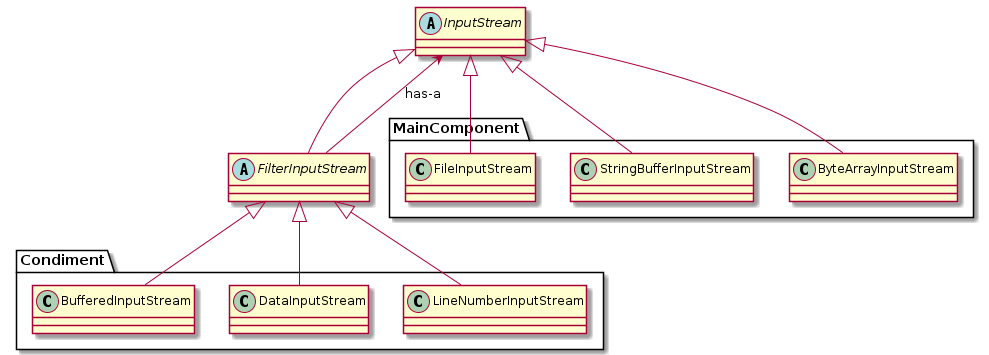
The PlantUML diagram design/class_diagram.png in khoivudev/java-io-decorator-example, before a commit. Its diagram source:
```plantuml
@startuml
abstract class InputStream
abstract class FilterInputStream extends InputStream
FilterInputStream --> InputStream : has-a

package MainComponent {
    class FileInputStream extends InputStream
    class StringBufferInputStream extends InputStream
    class ByteArrayInputStream extends InputStream
}

package Condiment {
    class BufferedInputStream extends FilterInputStream
    class DataInputStream extends FilterInputStream
    class LineNumberInputStream extends FilterInputStream
}
@enduml
```
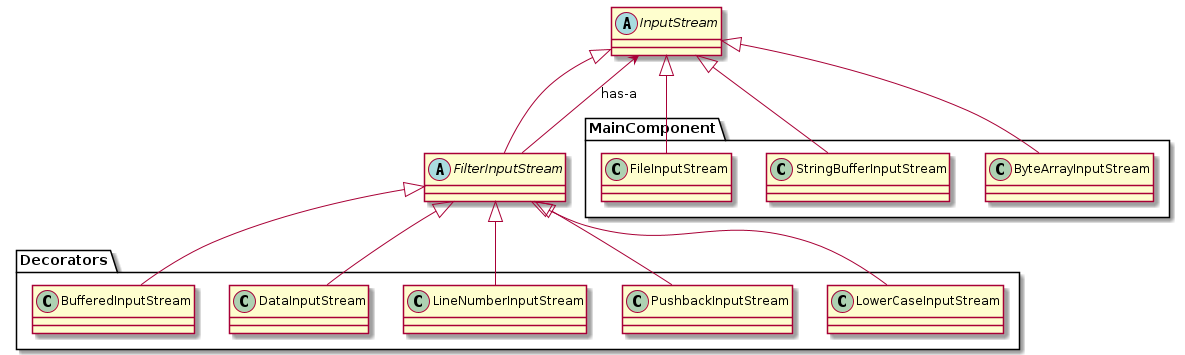
Later version of the same file.

The edit, as a diff of the source:
```diff
@@ -9,9 +9,11 @@
     class ByteArrayInputStream extends InputStream
 }
 
-package Condiment {
+package Decorators {
     class BufferedInputStream extends FilterInputStream
     class DataInputStream extends FilterInputStream
     class LineNumberInputStream extends FilterInputStream
+    class PushbackInputStream extends FilterInputStream
+    class LowerCaseInputStream extends FilterInputStream
 }
 @enduml
```
